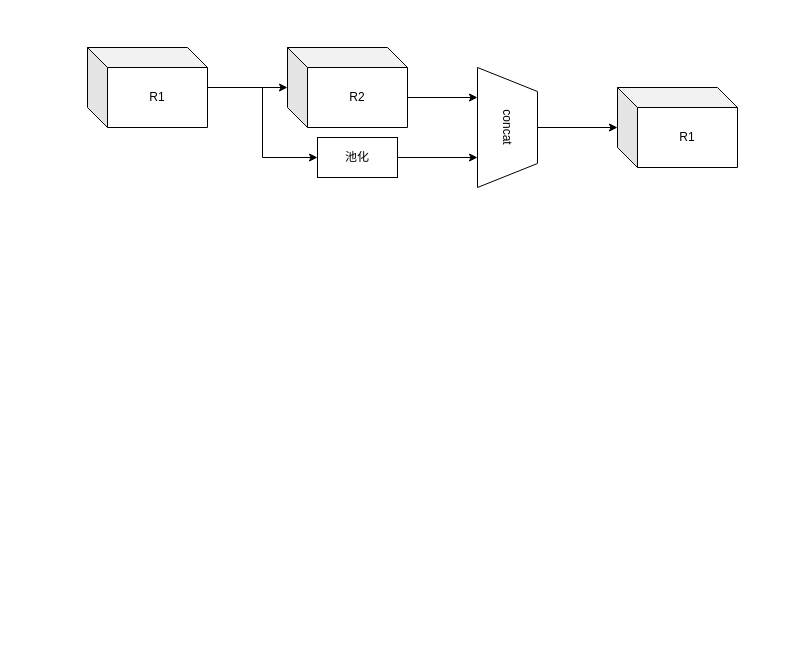
ByronGe/ff keeps this draw.io diagram as 多尺度特征融合.drawio. Above is the earlier version. Source tidied: cells renumbered, new cells numbered last; positions are measured from the earlier drawing's top-left corner, leaving out a move shared by most shapes. Both pictures are drawn from the tidied source at 100%, with x=0, y=0 at pixel (87, 47).
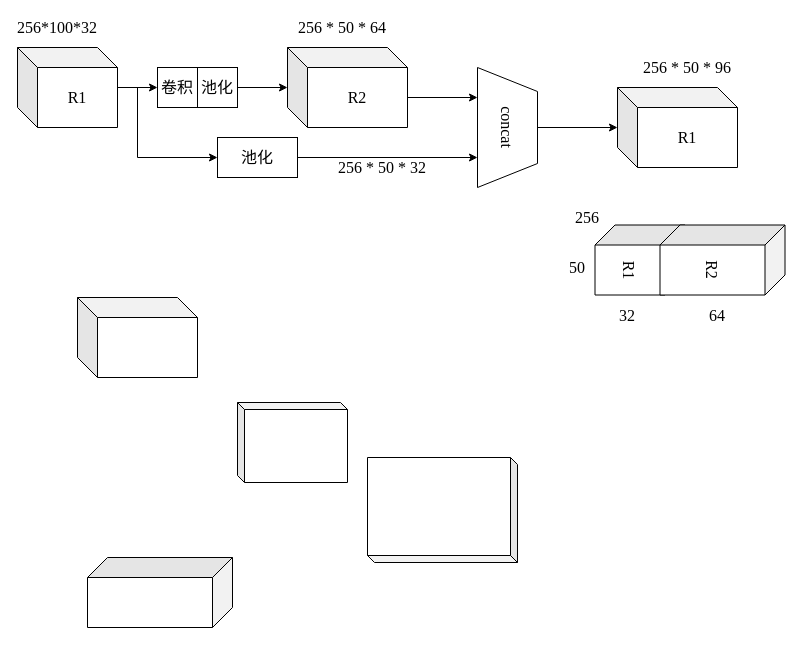
Above is the later version.

Commit message:
Update 多尺度特征融合.drawio

What changed in the source:
```diff
@@
-    <mxCell id="2" style="edgeStyle=orthogonalEdgeStyle;rounded=0;jettySize=auto;html=1;" parent="1" edge="1" source="4" target="6">
-      <mxGeometry relative="1" as="geometry" />
-    </mxCell>
-    <mxCell id="3" style="edgeStyle=orthogonalEdgeStyle;rounded=0;jettySize=auto;html=1;entryX=0;entryY=0.5;entryDx=0;entryDy=0;" parent="1" edge="1" source="4" target="10">
-      <mxGeometry relative="1" as="geometry" />
+    <mxCell id="3" style="edgeStyle=orthogonalEdgeStyle;rounded=0;jettySize=auto;html=1;entryX=0;entryY=0.5;entryDx=0;entryDy=0;fontFamily=Times New Roman;fontSize=16;" parent="1" edge="1" source="4" target="10">
+      <mxGeometry relative="1" as="geometry">
+        <Array as="points">
+          <mxPoint x="50" y="40" />
+          <mxPoint x="50" y="110" />
+        </Array>
+      </mxGeometry>
     </mxCell>
-    <mxCell id="4" value="R1" style="shape=cube;whiteSpace=wrap;html=1;boundedLbl=1;backgroundOutline=1;darkOpacity=0.05;darkOpacity2=0.1;" parent="1" vertex="1">
-      <mxGeometry width="120" height="80" as="geometry" />
+    <mxCell id="4" value="R1" style="shape=cube;whiteSpace=wrap;html=1;boundedLbl=1;backgroundOutline=1;darkOpacity=0.05;darkOpacity2=0.1;fontFamily=Times New Roman;fontSize=16;" parent="1" vertex="1">
+      <mxGeometry x="-70" width="100" height="80" as="geometry" />
     </mxCell>
-    <mxCell id="5" style="edgeStyle=orthogonalEdgeStyle;rounded=0;jettySize=auto;html=1;entryX=0.25;entryY=1;entryDx=0;entryDy=0;exitX=0;exitY=0;exitDx=120;exitDy=50;exitPerimeter=0;" parent="1" edge="1" source="6" target="8">
+    <mxCell id="5" style="edgeStyle=orthogonalEdgeStyle;rounded=0;jettySize=auto;html=1;entryX=0.25;entryY=1;entryDx=0;entryDy=0;exitX=0;exitY=0;exitDx=120;exitDy=50;exitPerimeter=0;fontFamily=Times New Roman;fontSize=16;" parent="1" edge="1" source="6" target="8">
       <mxGeometry relative="1" as="geometry" />
     </mxCell>
-    <mxCell id="6" value="R2" style="shape=cube;whiteSpace=wrap;html=1;boundedLbl=1;backgroundOutline=1;darkOpacity=0.05;darkOpacity2=0.1;" parent="1" vertex="1">
+    <mxCell id="6" value="R2" style="shape=cube;whiteSpace=wrap;html=1;boundedLbl=1;backgroundOutline=1;darkOpacity=0.05;darkOpacity2=0.1;fontFamily=Times New Roman;fontSize=16;" parent="1" vertex="1">
       <mxGeometry x="200" width="120" height="80" as="geometry" />
     </mxCell>
-    <mxCell id="7" style="edgeStyle=orthogonalEdgeStyle;rounded=0;jettySize=auto;html=1;" parent="1" edge="1" source="8" target="11">
+    <mxCell id="7" style="edgeStyle=orthogonalEdgeStyle;rounded=0;jettySize=auto;html=1;fontFamily=Times New Roman;fontSize=16;" parent="1" edge="1" source="8" target="11">
       <mxGeometry relative="1" as="geometry" />
     </mxCell>
-    <mxCell id="8" value="concat" style="shape=trapezoid;perimeter=trapezoidPerimeter;whiteSpace=wrap;html=1;rotation=90;" parent="1" vertex="1">
+    <mxCell id="8" value="concat" style="shape=trapezoid;perimeter=trapezoidPerimeter;whiteSpace=wrap;html=1;rotation=90;fontFamily=Times New Roman;fontSize=16;" parent="1" vertex="1">
       <mxGeometry x="360" y="50" width="120" height="60" as="geometry" />
     </mxCell>
-    <mxCell id="9" style="edgeStyle=orthogonalEdgeStyle;rounded=0;jettySize=auto;html=1;entryX=0.75;entryY=1;entryDx=0;entryDy=0;" parent="1" edge="1" source="10" target="8">
+    <mxCell id="9" style="edgeStyle=orthogonalEdgeStyle;rounded=0;jettySize=auto;html=1;entryX=0.75;entryY=1;entryDx=0;entryDy=0;fontFamily=Times New Roman;fontSize=16;" parent="1" edge="1" source="10" target="8">
       <mxGeometry relative="1" as="geometry" />
     </mxCell>
-    <mxCell id="10" value="池化" style="rounded=0;whiteSpace=wrap;html=1;" parent="1" vertex="1">
-      <mxGeometry x="230" y="90" width="80" height="40" as="geometry" />
+    <mxCell id="10" value="池化" style="rounded=0;whiteSpace=wrap;html=1;fontFamily=Times New Roman;fontSize=16;" parent="1" vertex="1">
+      <mxGeometry x="130" y="90" width="80" height="40" as="geometry" />
     </mxCell>
-    <mxCell id="11" value="R1" style="shape=cube;whiteSpace=wrap;html=1;boundedLbl=1;backgroundOutline=1;darkOpacity=0.05;darkOpacity2=0.1;" parent="1" vertex="1">
+    <mxCell id="11" value="R1" style="shape=cube;whiteSpace=wrap;html=1;boundedLbl=1;backgroundOutline=1;darkOpacity=0.05;darkOpacity2=0.1;fontFamily=Times New Roman;fontSize=16;" parent="1" vertex="1">
       <mxGeometry x="530" y="40" width="120" height="80" as="geometry" />
     </mxCell>
+    <mxCell id="12" style="edgeStyle=orthogonalEdgeStyle;rounded=0;jettySize=auto;html=1;fontFamily=Times New Roman;fontSize=16;" parent="1" edge="1" source="15" target="6">
+      <mxGeometry relative="1" as="geometry" />
+    </mxCell>
+    <mxCell id="13" value="卷积" style="rounded=0;whiteSpace=wrap;html=1;fontFamily=Times New Roman;fontSize=16;" parent="1" vertex="1">
+      <mxGeometry x="70" y="20" width="40" height="40" as="geometry" />
+    </mxCell>
+    <mxCell id="14" style="endArrow=classic;html=1;exitX=1;exitY=0.5;exitDx=0;exitDy=0;exitPerimeter=0;entryX=0;entryY=0.5;entryDx=0;entryDy=0;fontFamily=Times New Roman;fontSize=16;" parent="1" edge="1" source="4" target="13">
+      <mxGeometry relative="1" as="geometry" />
+    </mxCell>
+    <mxCell id="15" value="池化" style="rounded=0;whiteSpace=wrap;html=1;fontFamily=Times New Roman;fontSize=16;" parent="1" vertex="1">
+      <mxGeometry x="110" y="20" width="40" height="40" as="geometry" />
+    </mxCell>
+    <mxCell id="16" value="&lt;font style=&quot;vertical-align: inherit; font-size: 16px;&quot;&gt;&lt;font style=&quot;vertical-align: inherit; font-size: 16px;&quot;&gt;256*100*32&lt;/font&gt;&lt;/font&gt;" style="text;html=1;strokeColor=none;fillColor=none;align=center;verticalAlign=middle;whiteSpace=wrap;rounded=0;fontFamily=Times New Roman;fontSize=16;" parent="1" vertex="1">
+      <mxGeometry x="-50" y="-30" width="40" height="20" as="geometry" />
+    </mxCell>
+    <mxCell id="17" value="&lt;font style=&quot;vertical-align: inherit; font-size: 16px;&quot;&gt;&lt;font style=&quot;vertical-align: inherit; font-size: 16px;&quot;&gt;&lt;font style=&quot;vertical-align: inherit; font-size: 16px;&quot;&gt;&lt;font style=&quot;vertical-align: inherit; font-size: 16px;&quot;&gt;256 * 50 * 64&lt;/font&gt;&lt;/font&gt;&lt;/font&gt;&lt;/font&gt;" style="text;html=1;strokeColor=none;fillColor=none;align=center;verticalAlign=middle;whiteSpace=wrap;rounded=0;fontFamily=Times New Roman;fontSize=16;" parent="1" vertex="1">
+      <mxGeometry x="200" y="-30" width="110" height="20" as="geometry" />
+    </mxCell>
+    <mxCell id="18" value="&lt;font style=&quot;vertical-align: inherit; font-size: 16px;&quot;&gt;&lt;font style=&quot;vertical-align: inherit; font-size: 16px;&quot;&gt;&lt;font style=&quot;vertical-align: inherit; font-size: 16px;&quot;&gt;&lt;font style=&quot;vertical-align: inherit; font-size: 16px;&quot;&gt;&lt;font style=&quot;vertical-align: inherit; font-size: 16px;&quot;&gt;&lt;font style=&quot;vertical-align: inherit; font-size: 16px;&quot;&gt;&lt;font style=&quot;vertical-align: inherit; font-size: 16px;&quot;&gt;&lt;font style=&quot;vertical-align: inherit; font-size: 16px;&quot;&gt;256 * 50 * 32&lt;br style=&quot;font-size: 16px;&quot;&gt;&lt;/font&gt;&lt;/font&gt;&lt;/font&gt;&lt;/font&gt;&lt;/font&gt;&lt;/font&gt;&lt;/font&gt;&lt;/font&gt;" style="text;html=1;strokeColor=none;fillColor=none;align=center;verticalAlign=middle;whiteSpace=wrap;rounded=0;fontFamily=Times New Roman;fontSize=16;" parent="1" vertex="1">
+      <mxGeometry x="240" y="110" width="110" height="20" as="geometry" />
+    </mxCell>
+    <mxCell id="19" value="&lt;font style=&quot;vertical-align: inherit; font-size: 16px;&quot;&gt;&lt;font style=&quot;vertical-align: inherit; font-size: 16px;&quot;&gt;&lt;font style=&quot;vertical-align: inherit; font-size: 16px;&quot;&gt;&lt;font style=&quot;vertical-align: inherit; font-size: 16px;&quot;&gt;&lt;font style=&quot;vertical-align: inherit; font-size: 16px;&quot;&gt;&lt;font style=&quot;vertical-align: inherit; font-size: 16px;&quot;&gt;&lt;font style=&quot;vertical-align: inherit; font-size: 16px;&quot;&gt;&lt;font style=&quot;vertical-align: inherit; font-size: 16px;&quot;&gt;256 * 50 * 96&lt;/font&gt;&lt;/font&gt;&lt;/font&gt;&lt;/font&gt;&lt;/font&gt;&lt;/font&gt;&lt;/font&gt;&lt;/font&gt;" style="text;html=1;strokeColor=none;fillColor=none;align=center;verticalAlign=middle;whiteSpace=wrap;rounded=0;fontFamily=Times New Roman;fontSize=16;" parent="1" vertex="1">
+      <mxGeometry x="550" y="10" width="100" height="20" as="geometry" />
+    </mxCell>
+    <mxCell id="20" style="shape=cube;whiteSpace=wrap;html=1;boundedLbl=1;backgroundOutline=1;darkOpacity=0.05;darkOpacity2=0.1;fontFamily=Times New Roman;fontSize=16;rotation=90;size=20;" parent="1" vertex="1">
+      <mxGeometry x="37.5" y="472.5" width="70" height="145" as="geometry" />
+    </mxCell>
+    <mxCell id="21" style="shape=cube;whiteSpace=wrap;html=1;boundedLbl=1;backgroundOutline=1;darkOpacity=0.05;darkOpacity2=0.1;fontFamily=Times New Roman;fontSize=16;size=7;" parent="1" vertex="1">
+      <mxGeometry x="150" y="355" width="110" height="80" as="geometry" />
+    </mxCell>
+    <mxCell id="22" style="shape=cube;whiteSpace=wrap;html=1;boundedLbl=1;backgroundOutline=1;darkOpacity=0.05;darkOpacity2=0.1;fontFamily=Times New Roman;fontSize=16;size=7;rotation=-180;" parent="1" vertex="1">
+      <mxGeometry x="280" y="410" width="150" height="105" as="geometry" />
+    </mxCell>
+    <mxCell id="23" style="shape=cube;whiteSpace=wrap;html=1;boundedLbl=1;backgroundOutline=1;darkOpacity=0.05;darkOpacity2=0.1;fontFamily=Times New Roman;fontSize=16;" parent="1" vertex="1">
+      <mxGeometry x="-10" y="250" width="120" height="80" as="geometry" />
+    </mxCell>
+    <mxCell id="24" value="R1" style="shape=cube;whiteSpace=wrap;html=1;boundedLbl=1;backgroundOutline=1;darkOpacity=0.05;darkOpacity2=0.1;fontFamily=Times New Roman;fontSize=16;rotation=90;" parent="1" vertex="1">
+      <mxGeometry x="517.5" y="167.5" width="70" height="90" as="geometry" />
+    </mxCell>
+    <mxCell id="25" value="R2" style="shape=cube;whiteSpace=wrap;html=1;boundedLbl=1;backgroundOutline=1;darkOpacity=0.05;darkOpacity2=0.1;fontFamily=Times New Roman;fontSize=16;rotation=90;" parent="1" vertex="1">
+      <mxGeometry x="600" y="150" width="70" height="125" as="geometry" />
+    </mxCell>
+    <mxCell id="26" value="32" style="text;html=1;strokeColor=none;fillColor=none;align=center;verticalAlign=middle;whiteSpace=wrap;rounded=0;fontFamily=Times New Roman;fontSize=16;" parent="1" vertex="1">
+      <mxGeometry x="520" y="257.5" width="40" height="20" as="geometry" />
+    </mxCell>
+    <mxCell id="27" value="64" style="text;html=1;strokeColor=none;fillColor=none;align=center;verticalAlign=middle;whiteSpace=wrap;rounded=0;fontFamily=Times New Roman;fontSize=16;" parent="1" vertex="1">
+      <mxGeometry x="610" y="258" width="40" height="20" as="geometry" />
+    </mxCell>
+    <mxCell id="28" value="50" style="text;html=1;strokeColor=none;fillColor=none;align=center;verticalAlign=middle;whiteSpace=wrap;rounded=0;fontFamily=Times New Roman;fontSize=16;" parent="1" vertex="1">
+      <mxGeometry x="470" y="210" width="40" height="20" as="geometry" />
+    </mxCell>
+    <mxCell id="29" value="256" style="text;html=1;strokeColor=none;fillColor=none;align=center;verticalAlign=middle;whiteSpace=wrap;rounded=0;fontFamily=Times New Roman;fontSize=16;" parent="1" vertex="1">
+      <mxGeometry x="480" y="160" width="40" height="20" as="geometry" />
+    </mxCell>
```
